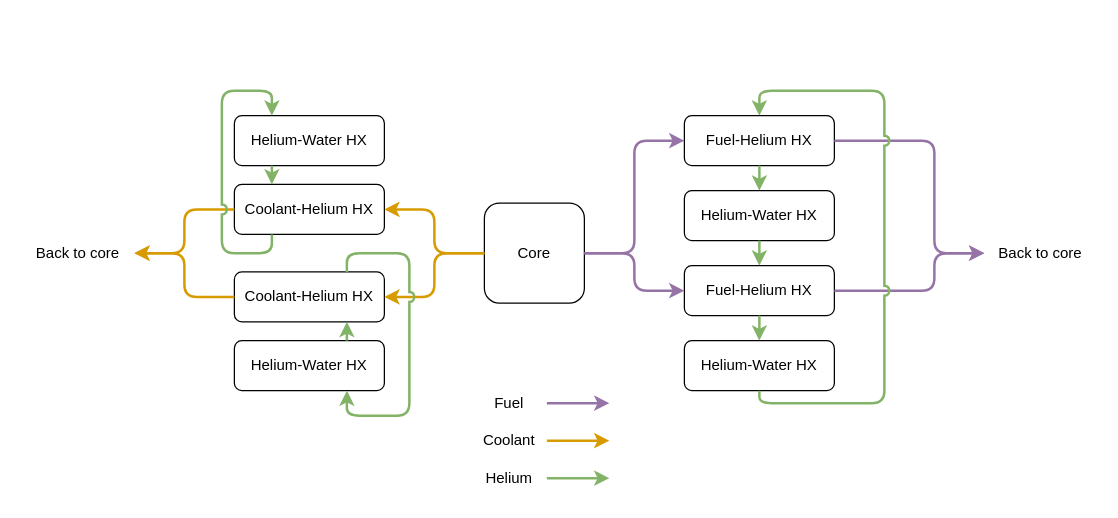
Before: figures/ARE_schematic_flow.drawio in LukeLabrie/msc_eng_thesis, a draw.io diagram. Source tidied: cells renumbered, new cells numbered last; positions are measured from the earlier drawing's top-left corner, leaving out a move shared by most shapes. Both pictures are drawn from the tidied source at 125%, with x=0, y=0 at pixel (21, 90).
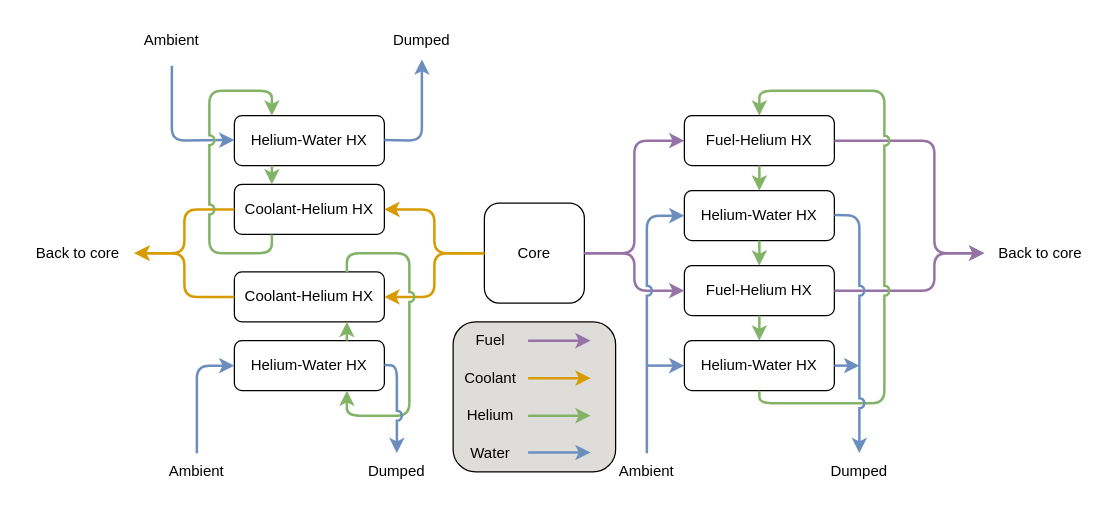
Above is the later version.

The change refers to these unchanged cells:
```xml
<mxCell id="5" value="Helium-Water HX" style="rounded=1;whiteSpace=wrap;html=1;" parent="1" vertex="1">
  <mxGeometry x="530" y="80" width="120" height="40" as="geometry" />
</mxCell>
<mxCell id="6" value="Helium-Water HX" style="rounded=1;whiteSpace=wrap;html=1;" parent="1" vertex="1">
  <mxGeometry x="530" y="200" width="120" height="40" as="geometry" />
</mxCell>
<mxCell id="16" value="Coolant-Helium HX" style="rounded=1;whiteSpace=wrap;html=1;gradientColor=none;" parent="1" vertex="1">
  <mxGeometry x="170" y="75" width="120" height="40" as="geometry" />
</mxCell>
<mxCell id="17" value="Helium-Water HX" style="rounded=1;whiteSpace=wrap;html=1;" parent="1" vertex="1">
  <mxGeometry x="170" y="20" width="120" height="40" as="geometry" />
</mxCell>
<mxCell id="19" value="Helium-Water HX" style="rounded=1;whiteSpace=wrap;html=1;" parent="1" vertex="1">
  <mxGeometry x="170" y="200" width="120" height="40" as="geometry" />
</mxCell>
```

Change to the diagram source:
```diff
@@
+    <mxCell id="35" style="rounded=1;whiteSpace=wrap;html=1;fillColor=#deddda;" parent="1" vertex="1">
+      <mxGeometry x="345" y="185" width="130" height="120" as="geometry" />
+    </mxCell>
@@
-    <mxCell id="28" style="endArrow=classic;html=1;rounded=1;exitX=0.25;exitY=1;exitDx=0;exitDy=0;entryX=0.25;entryY=0;entryDx=0;entryDy=0;fillColor=#d5e8d4;strokeColor=#82b366;strokeWidth=2;curved=0;jumpStyle=arc;" parent="1" edge="1" source="16" target="17">
-      <mxGeometry relative="1" as="geometry">
-        <Array as="points">
-          <mxPoint x="200" y="130" />
-          <mxPoint x="160" y="130" />
-          <mxPoint x="160" />
-          <mxPoint x="200" />
-        </Array>
-      </mxGeometry>
-    </mxCell>
     <mxCell id="29" style="endArrow=classic;html=1;rounded=0;fillColor=#e1d5e7;strokeColor=#9673a6;strokeWidth=2;" parent="1" edge="1">
       <mxGeometry relative="1" as="geometry">
-        <mxPoint x="420" y="250" as="sourcePoint" />
-        <mxPoint x="470" y="250" as="targetPoint" />
+        <mxPoint x="405" y="200" as="sourcePoint" />
+        <mxPoint x="455" y="200" as="targetPoint" />
       </mxGeometry>
     </mxCell>
     <mxCell id="30" style="endArrow=classic;html=1;rounded=0;fillColor=#ffe6cc;strokeColor=#d79b00;strokeWidth=2;" parent="1" edge="1">
       <mxGeometry relative="1" as="geometry">
-        <mxPoint x="420" y="280" as="sourcePoint" />
-        <mxPoint x="470" y="280" as="targetPoint" />
+        <mxPoint x="405" y="230" as="sourcePoint" />
+        <mxPoint x="455" y="230" as="targetPoint" />
       </mxGeometry>
     </mxCell>
     <mxCell id="31" style="endArrow=classic;html=1;rounded=0;fillColor=#d5e8d4;strokeColor=#82b366;strokeWidth=2;" parent="1" edge="1">
       <mxGeometry relative="1" as="geometry">
-        <mxPoint x="420" y="310" as="sourcePoint" />
-        <mxPoint x="470" y="310" as="targetPoint" />
+        <mxPoint x="405" y="260" as="sourcePoint" />
+        <mxPoint x="455" y="260" as="targetPoint" />
       </mxGeometry>
     </mxCell>
     <mxCell id="32" value="Fuel" style="text;html=1;strokeColor=none;fillColor=none;align=center;verticalAlign=middle;whiteSpace=wrap;rounded=0;fontStyle=0;" parent="1" vertex="1">
-      <mxGeometry x="360" y="235" width="60" height="30" as="geometry" />
+      <mxGeometry x="345" y="185" width="60" height="30" as="geometry" />
     </mxCell>
     <mxCell id="33" value="Coolant" style="text;html=1;strokeColor=none;fillColor=none;align=center;verticalAlign=middle;whiteSpace=wrap;rounded=0;fontStyle=0;" parent="1" vertex="1">
-      <mxGeometry x="360" y="265" width="60" height="30" as="geometry" />
+      <mxGeometry x="345" y="215" width="60" height="30" as="geometry" />
     </mxCell>
     <mxCell id="34" value="Helium" style="text;html=1;strokeColor=none;fillColor=none;align=center;verticalAlign=middle;whiteSpace=wrap;rounded=0;fontStyle=0;" parent="1" vertex="1">
-      <mxGeometry x="360" y="295" width="60" height="30" as="geometry" />
+      <mxGeometry x="345" y="245" width="60" height="30" as="geometry" />
     </mxCell>
+    <mxCell id="36" style="endArrow=classic;html=1;rounded=1;fillColor=#dae8fc;strokeColor=#6c8ebf;strokeWidth=2;entryX=0;entryY=0.5;entryDx=0;entryDy=0;curved=0;jumpStyle=arc;" parent="1" edge="1" target="5">
+      <mxGeometry relative="1" as="geometry">
+        <mxPoint x="500" y="290" as="sourcePoint" />
+        <Array as="points">
+          <mxPoint x="500" y="260" />
+          <mxPoint x="500" y="100" />
+        </Array>
+      </mxGeometry>
+    </mxCell>
+    <mxCell id="37" style="endArrow=classic;html=1;rounded=0;fillColor=#dae8fc;strokeColor=#6c8ebf;strokeWidth=2;entryX=0;entryY=0.5;entryDx=0;entryDy=0;" parent="1" edge="1" target="6">
+      <mxGeometry relative="1" as="geometry">
+        <mxPoint x="500" y="220" as="sourcePoint" />
+      </mxGeometry>
+    </mxCell>
+    <mxCell id="38" value="Ambient" style="text;html=1;strokeColor=none;fillColor=none;align=center;verticalAlign=middle;whiteSpace=wrap;rounded=0;fontStyle=0;" parent="1" vertex="1">
+      <mxGeometry x="470" y="290" width="60" height="30" as="geometry" />
+    </mxCell>
+    <mxCell id="39" style="endArrow=classic;html=1;rounded=1;fillColor=#dae8fc;strokeColor=#6c8ebf;strokeWidth=2;curved=0;jumpStyle=arc;" parent="1" edge="1">
+      <mxGeometry relative="1" as="geometry">
+        <mxPoint x="650" y="99.5" as="sourcePoint" />
+        <mxPoint x="670" y="290" as="targetPoint" />
+        <Array as="points">
+          <mxPoint x="670" y="100" />
+        </Array>
+      </mxGeometry>
+    </mxCell>
+    <mxCell id="40" value="Dumped" style="text;html=1;strokeColor=none;fillColor=none;align=center;verticalAlign=middle;whiteSpace=wrap;rounded=0;fontStyle=0;" parent="1" vertex="1">
+      <mxGeometry x="640" y="290" width="60" height="30" as="geometry" />
+    </mxCell>
+    <mxCell id="41" style="endArrow=classic;html=1;rounded=0;fillColor=#dae8fc;strokeColor=#6c8ebf;strokeWidth=2;exitX=1;exitY=0.5;exitDx=0;exitDy=0;" parent="1" edge="1" source="6">
+      <mxGeometry relative="1" as="geometry">
+        <mxPoint x="670" y="220" as="targetPoint" />
+      </mxGeometry>
+    </mxCell>
+    <mxCell id="42" style="endArrow=classic;html=1;rounded=1;fillColor=#dae8fc;strokeColor=#6c8ebf;strokeWidth=2;entryX=0;entryY=0.5;entryDx=0;entryDy=0;curved=0;" parent="1" edge="1" target="19">
+      <mxGeometry relative="1" as="geometry">
+        <mxPoint x="140" y="290" as="sourcePoint" />
+        <Array as="points">
+          <mxPoint x="140" y="220" />
+        </Array>
+      </mxGeometry>
+    </mxCell>
+    <mxCell id="43" value="Ambient" style="text;html=1;strokeColor=none;fillColor=none;align=center;verticalAlign=middle;whiteSpace=wrap;rounded=0;fontStyle=0;" parent="1" vertex="1">
+      <mxGeometry x="110" y="290" width="60" height="30" as="geometry" />
+    </mxCell>
+    <mxCell id="44" style="endArrow=classic;html=1;rounded=1;fillColor=#dae8fc;strokeColor=#6c8ebf;strokeWidth=2;curved=0;jumpStyle=arc;" parent="1" edge="1">
+      <mxGeometry relative="1" as="geometry">
+        <mxPoint x="290" y="219.5" as="sourcePoint" />
+        <mxPoint x="300" y="290" as="targetPoint" />
+        <Array as="points">
+          <mxPoint x="300" y="220" />
+        </Array>
+      </mxGeometry>
+    </mxCell>
+    <mxCell id="45" value="Dumped" style="text;html=1;strokeColor=none;fillColor=none;align=center;verticalAlign=middle;whiteSpace=wrap;rounded=0;fontStyle=0;" parent="1" vertex="1">
+      <mxGeometry x="270" y="290" width="60" height="30" as="geometry" />
+    </mxCell>
+    <mxCell id="46" style="endArrow=classic;html=1;rounded=1;fillColor=#dae8fc;strokeColor=#6c8ebf;strokeWidth=2;curved=0;jumpStyle=none;" parent="1" edge="1">
+      <mxGeometry relative="1" as="geometry">
+        <mxPoint x="120" y="-20" as="sourcePoint" />
+        <mxPoint x="170" y="39.5" as="targetPoint" />
+        <Array as="points">
+          <mxPoint x="120" y="40" />
+        </Array>
+      </mxGeometry>
+    </mxCell>
+    <mxCell id="47" value="Ambient" style="text;html=1;strokeColor=none;fillColor=none;align=center;verticalAlign=middle;whiteSpace=wrap;rounded=0;fontStyle=0;" parent="1" vertex="1">
+      <mxGeometry x="90" y="-50" width="60" height="20" as="geometry" />
+    </mxCell>
+    <mxCell id="48" style="endArrow=classic;html=1;rounded=1;fillColor=#dae8fc;strokeColor=#6c8ebf;strokeWidth=2;curved=0;entryX=0.5;entryY=1;entryDx=0;entryDy=0;" parent="1" edge="1" target="49">
+      <mxGeometry relative="1" as="geometry">
+        <mxPoint x="290" y="39.5" as="sourcePoint" />
+        <Array as="points">
+          <mxPoint x="320" y="40" />
+        </Array>
+      </mxGeometry>
+    </mxCell>
+    <mxCell id="49" value="Dumped" style="text;html=1;strokeColor=none;fillColor=none;align=center;verticalAlign=middle;whiteSpace=wrap;rounded=0;fontStyle=0;" parent="1" vertex="1">
+      <mxGeometry x="290" y="-55" width="60" height="30" as="geometry" />
+    </mxCell>
+    <mxCell id="28" style="endArrow=classic;html=1;rounded=1;fillColor=#d5e8d4;strokeColor=#82b366;strokeWidth=2;exitX=0.25;exitY=1;exitDx=0;exitDy=0;entryX=0.25;entryY=0;entryDx=0;entryDy=0;curved=0;jumpStyle=arc;" parent="1" edge="1" source="16" target="17">
+      <mxGeometry relative="1" as="geometry">
+        <Array as="points">
+          <mxPoint x="200" y="130" />
+          <mxPoint x="150" y="130" />
+          <mxPoint x="150" />
+          <mxPoint x="200" />
+        </Array>
+      </mxGeometry>
+    </mxCell>
+    <mxCell id="50" value="Water" style="text;html=1;strokeColor=none;fillColor=none;align=center;verticalAlign=middle;whiteSpace=wrap;rounded=0;fontStyle=0;" parent="1" vertex="1">
+      <mxGeometry x="345" y="275" width="60" height="30" as="geometry" />
+    </mxCell>
+    <mxCell id="51" style="endArrow=classic;html=1;rounded=0;fillColor=#dae8fc;strokeColor=#6c8ebf;strokeWidth=2;" parent="1" edge="1">
+      <mxGeometry relative="1" as="geometry">
+        <mxPoint x="405" y="289.5" as="sourcePoint" />
+        <mxPoint x="455" y="289.5" as="targetPoint" />
+      </mxGeometry>
+    </mxCell>
```
